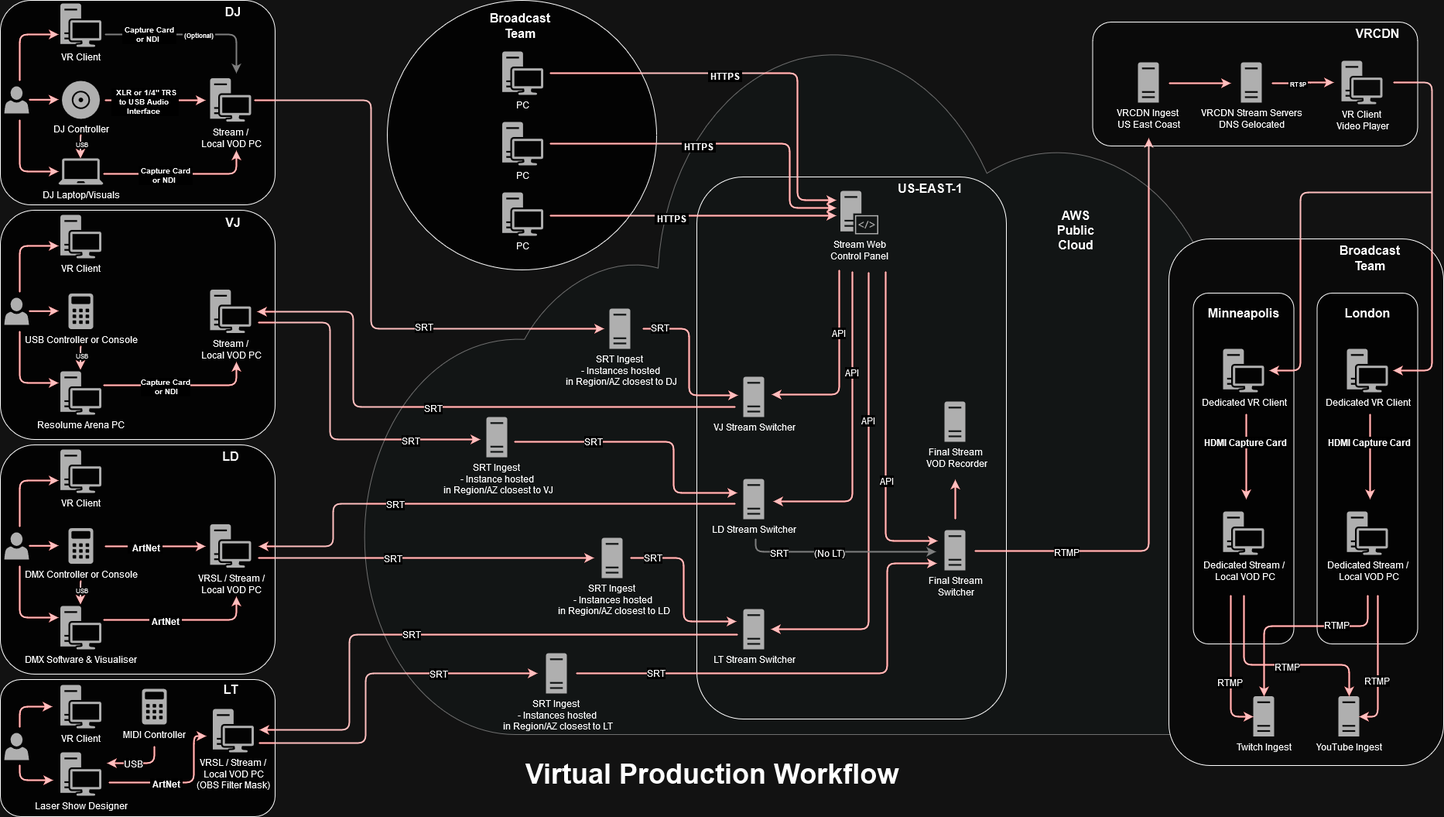
This is vrproduction.drawio.png from towneh/audiovisualtips, a draw.io export, as it was before one commit. Source tidied: cells renumbered, new cells last; positions are measured from the earlier drawing's top-left corner, leaving out a move shared by most shapes.
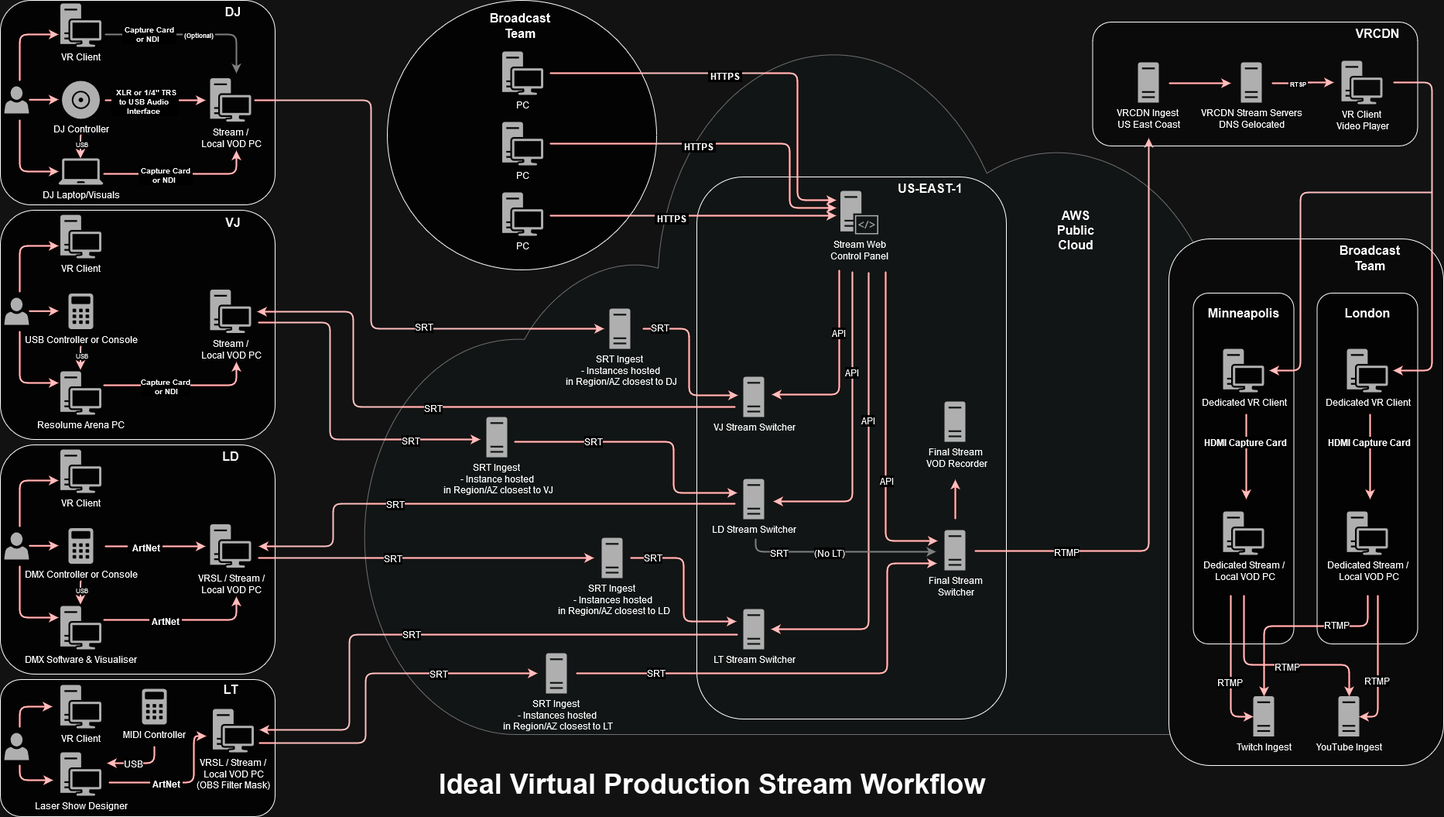
The same file after the commit.

Change to the diagram source:
```diff
@@ -643,8 +643,8 @@
         </Array>
       </mxGeometry>
     </mxCell>
-    <mxCell id="132" value="&lt;div&gt;Virtual Production Workflow&lt;/div&gt;" style="text;strokeColor=none;fillColor=none;html=1;align=center;verticalAlign=middle;whiteSpace=wrap;rounded=0;fontSize=36;fontStyle=1;" parent="1" vertex="1">
-      <mxGeometry x="650" y="984" width="540" height="30" as="geometry" />
+    <mxCell id="132" value="&lt;div&gt;Ideal Virtual Production Stream Workflow&lt;/div&gt;" style="text;strokeColor=none;fillColor=none;html=1;align=center;verticalAlign=middle;whiteSpace=wrap;rounded=0;fontSize=36;fontStyle=1;" parent="1" vertex="1">
+      <mxGeometry x="509" y="997" width="822" height="30" as="geometry" />
     </mxCell>
     <mxCell id="133" value="US-EAST-1" style="text;strokeColor=none;fillColor=none;html=1;align=center;verticalAlign=middle;whiteSpace=wrap;rounded=0;fontSize=16;fontStyle=1;" parent="1" vertex="1">
       <mxGeometry x="1157" y="228" width="90" height="30" as="geometry" />
```
